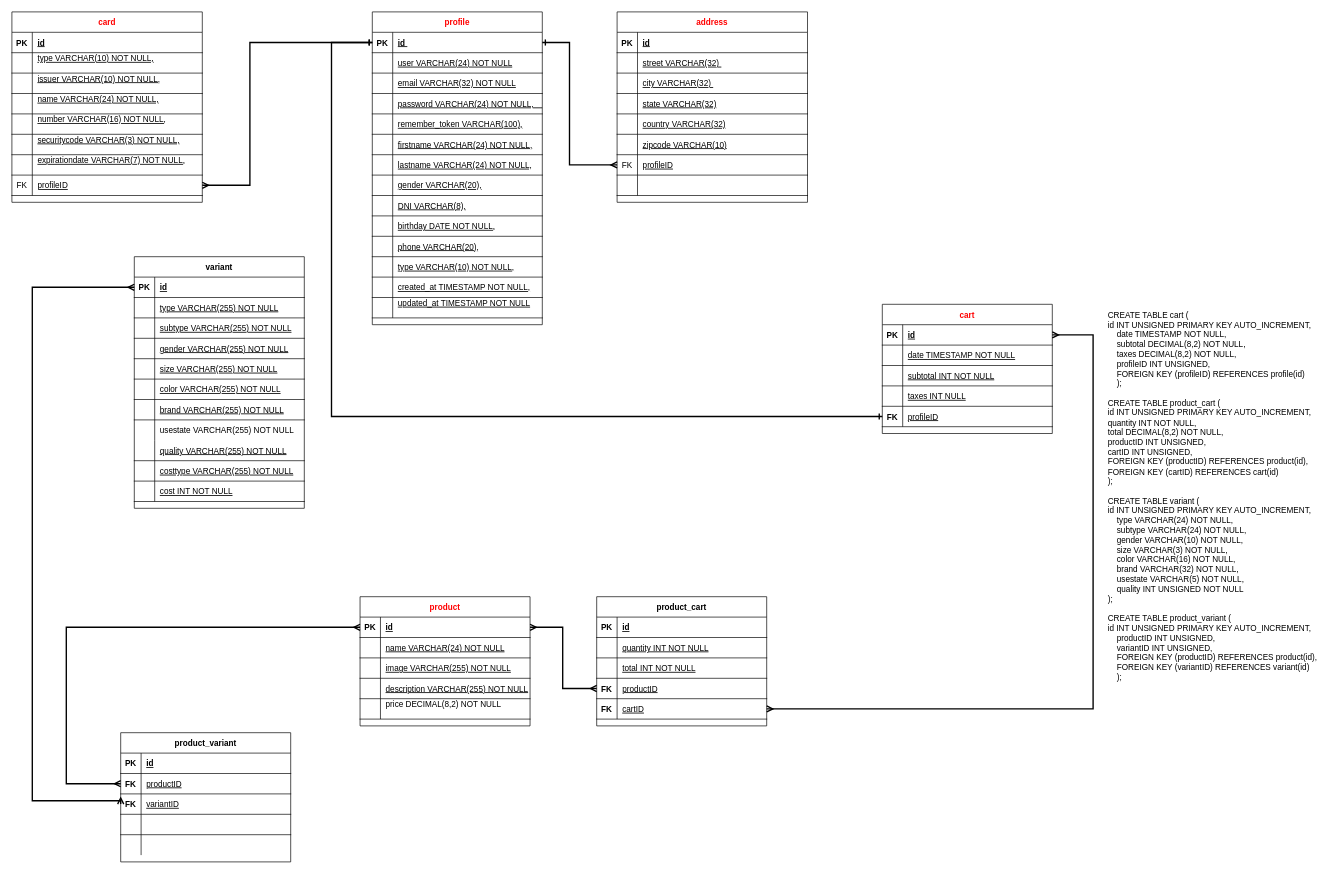
Above: Untitled Diagram.drawio in canetemauricio/equipo11 (draw.io), before the change. Source tidied: cells renumbered, new cells numbered last; positions are measured from the earlier drawing's top-left corner, leaving out a move shared by most shapes. Both pictures are drawn from the tidied source at 68%, with x=0, y=0 at pixel (12, 12).
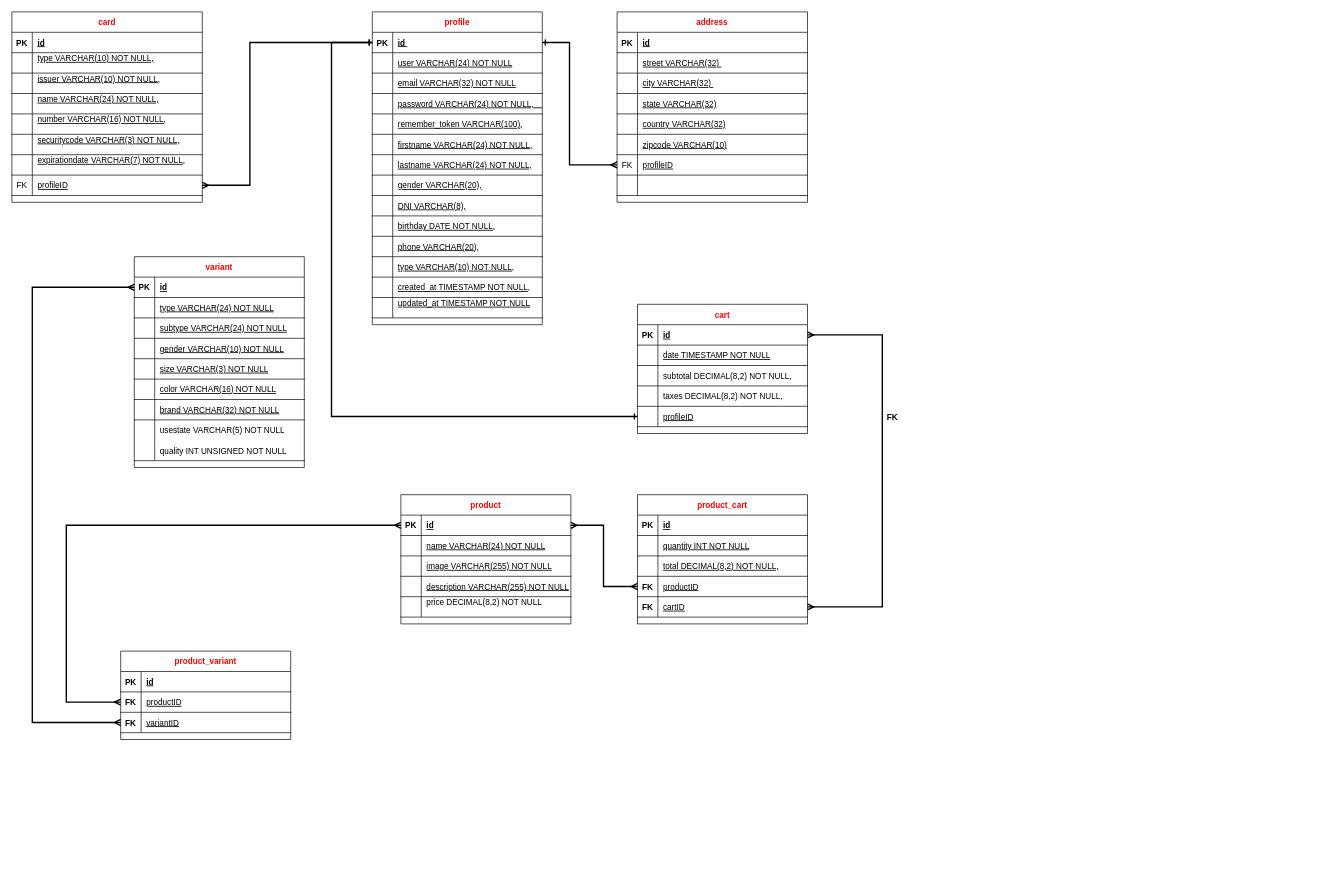
The same page after the edit.

Unchanged cells that the change refers to:
```xml
<mxCell id="46" style="shape=partialRectangle;fillColor=none;points=[[0,0.5],[1,0.5]];portConstraint=eastwest;top=0;left=0;right=0;bottom=1;" parent="45" vertex="1">
  <mxGeometry y="30" width="250" height="30" as="geometry" />
</mxCell>
<mxCell id="62" style="shape=partialRectangle;fillColor=none;points=[[0,0.5],[1,0.5]];portConstraint=eastwest;top=0;left=0;right=0;bottom=1;" parent="61" vertex="1">
  <mxGeometry y="30" width="250" height="30" as="geometry" />
</mxCell>
<mxCell id="68" style="shape=partialRectangle;fillColor=none;top=0;left=0;right=0;bottom=1;" parent="61" vertex="1">
  <mxGeometry y="90" width="250" height="30" as="geometry" />
</mxCell>
<mxCell id="71" style="shape=partialRectangle;fillColor=none;top=0;left=0;right=0;bottom=1;" parent="61" vertex="1">
  <mxGeometry y="120" width="250" height="30" as="geometry" />
</mxCell>
<mxCell id="134" style="shape=partialRectangle;fillColor=none;points=[[0,0.5],[1,0.5]];portConstraint=eastwest;top=0;left=0;right=0;bottom=1;" parent="130" vertex="1">
  <mxGeometry y="60" width="250" height="30" as="geometry" />
</mxCell>
<mxCell id="137" style="shape=partialRectangle;fillColor=none;points=[[0,0.5],[1,0.5]];portConstraint=eastwest;top=0;left=0;right=0;bottom=1;" parent="130" vertex="1">
  <mxGeometry y="90" width="250" height="30" as="geometry" />
</mxCell>
<mxCell id="148" style="shape=partialRectangle;fillColor=none;points=[[0,0.5],[1,0.5]];portConstraint=eastwest;top=0;left=0;right=0;bottom=1;" parent="147" vertex="1">
  <mxGeometry y="30" width="250" height="30" as="geometry" />
</mxCell>
<mxCell id="151" style="shape=partialRectangle;fillColor=none;top=0;left=0;right=0;bottom=1;" parent="147" vertex="1">
  <mxGeometry y="60" width="250" height="30" as="geometry" />
</mxCell>
<mxCell id="154" style="shape=partialRectangle;fillColor=none;top=0;left=0;right=0;bottom=1;" parent="147" vertex="1">
  <mxGeometry y="90" width="250" height="30" as="geometry" />
</mxCell>
<mxCell id="157" style="shape=partialRectangle;fillColor=none;top=0;left=0;right=0;bottom=1;" parent="147" vertex="1">
  <mxGeometry y="120" width="250" height="30" as="geometry" />
</mxCell>
<mxCell id="160" style="shape=partialRectangle;fillColor=none;top=0;left=0;right=0;bottom=1;" parent="147" vertex="1">
  <mxGeometry y="150" width="250" height="30" as="geometry" />
</mxCell>
<mxCell id="163" style="shape=partialRectangle;fillColor=none;top=0;left=0;right=0;bottom=1;" parent="147" vertex="1">
  <mxGeometry y="180" width="250" height="30" as="geometry" />
</mxCell>
<mxCell id="166" style="shape=partialRectangle;fillColor=none;top=0;left=0;right=0;bottom=1;" parent="147" vertex="1">
  <mxGeometry y="210" width="250" height="30" as="geometry" />
</mxCell>
<mxCell id="169" style="shape=partialRectangle;fillColor=none;top=0;left=0;right=0;bottom=0;" parent="147" vertex="1">
  <mxGeometry y="240" width="250" height="30" as="geometry" />
</mxCell>
<mxCell id="172" style="shape=partialRectangle;fillColor=none;top=0;left=0;right=0;bottom=1;fontStyle=0;" parent="147" vertex="1">
  <mxGeometry y="270" width="250" height="30" as="geometry" />
</mxCell>
<mxCell id="190" style="shape=partialRectangle;fillColor=none;top=0;left=0;right=0;bottom=1;" parent="183" vertex="1">
  <mxGeometry y="90" width="250" height="30" as="geometry" />
</mxCell>
<mxCell id="193" style="shape=partialRectangle;fillColor=none;points=[[0,0.5],[1,0.5]];portConstraint=eastwest;top=0;left=0;right=0;bottom=1;" parent="183" vertex="1">
  <mxGeometry y="120" width="250" height="30" as="geometry" />
</mxCell>
<mxCell id="196" style="shape=partialRectangle;fillColor=none;points=[[0,0.5],[1,0.5]];portConstraint=eastwest;top=0;left=0;right=0;bottom=1;" parent="183" vertex="1">
  <mxGeometry y="150" width="250" height="30" as="geometry" />
</mxCell>
```

What changed in the source:
```diff
@@
     <mxCell id="45" value="product" style="shape=table;startSize=30;childLayout=tableLayout;rowLines=0;fontStyle=1;align=center;labelBackgroundColor=#ffffff;fontColor=#FF0000;" parent="1" vertex="1">
-      <mxGeometry x="512" y="860" width="250" height="190" as="geometry" />
+      <mxGeometry x="572" y="710" width="250" height="190" as="geometry" />
     </mxCell>
@@
     <mxCell id="61" value="cart" style="shape=table;startSize=30;childLayout=tableLayout;rowLines=0;fontStyle=1;align=center;fontColor=#FF0000;" parent="1" vertex="1">
-      <mxGeometry x="1280" y="430" width="250" height="190" as="geometry" />
+      <mxGeometry x="920" y="430" width="250" height="190" as="geometry" />
     </mxCell>
@@
-    <mxCell id="70" value="subtotal INT NOT NULL" style="shape=partialRectangle;overflow=hidden;fillColor=none;top=0;left=0;bottom=0;right=0;align=left;spacingLeft=6;fontStyle=4;" parent="68" vertex="1">
+    <mxCell id="70" value="subtotal DECIMAL(8,2) NOT NULL," style="shape=partialRectangle;overflow=hidden;fillColor=none;top=0;left=0;bottom=0;right=0;align=left;spacingLeft=6;fontStyle=0;" parent="68" vertex="1">
       <mxGeometry x="30" width="220" height="30" as="geometry" />
     </mxCell>
@@
-    <mxCell id="73" value="taxes INT NULL" style="shape=partialRectangle;overflow=hidden;fillColor=none;top=0;left=0;bottom=0;right=0;align=left;spacingLeft=6;fontStyle=4;" parent="71" vertex="1">
+    <mxCell id="73" value="taxes DECIMAL(8,2) NOT NULL," style="shape=partialRectangle;overflow=hidden;fillColor=none;top=0;left=0;bottom=0;right=0;align=left;spacingLeft=6;fontStyle=0;" parent="71" vertex="1">
       <mxGeometry x="30" width="220" height="30" as="geometry" />
     </mxCell>
@@
-    <mxCell id="128" style="edgeStyle=orthogonalEdgeStyle;rounded=0;jettySize=auto;html=1;startArrow=ERmany;startFill=0;endArrow=ERmany;endFill=0;strokeWidth=2;exitX=0;exitY=0.5;exitDx=0;exitDy=0;" parent="1" edge="1" source="134" target="46">
+    <mxCell id="128" style="edgeStyle=orthogonalEdgeStyle;rounded=0;jettySize=auto;html=1;startArrow=ERmany;startFill=0;endArrow=ERmany;endFill=0;strokeWidth=2;exitX=0;exitY=0.5;exitDx=0;exitDy=0;entryX=0;entryY=0.5;entryDx=0;entryDy=0;" parent="1" edge="1" source="134" target="46">
       <mxGeometry relative="1" as="geometry">
         <Array as="points">
-          <mxPoint x="80" y="1135" />
-          <mxPoint x="80" y="905" />
+          <mxPoint x="80" y="1015" />
+          <mxPoint x="80" y="755" />
         </Array>
       </mxGeometry>
     </mxCell>
@@
-    <mxCell id="130" value="product_variant" style="shape=table;startSize=30;childLayout=tableLayout;rowLines=0;fontStyle=1;align=center;" parent="1" vertex="1">
-      <mxGeometry x="160" y="1060" width="250" height="190" as="geometry" />
+    <mxCell id="130" value="product_variant" style="shape=table;startSize=30;childLayout=tableLayout;rowLines=0;fontStyle=1;align=center;fontColor=#FF0000;" parent="1" vertex="1">
+      <mxGeometry x="160" y="940" width="250" height="130" as="geometry" />
     </mxCell>
@@
-    <mxCell id="140" style="shape=partialRectangle;fillColor=none;top=0;left=0;right=0;bottom=1;" parent="130" vertex="1">
-      <mxGeometry y="120" width="250" height="30" as="geometry" />
-    </mxCell>
-    <mxCell id="141" style="shape=partialRectangle;overflow=hidden;fillColor=none;top=0;left=0;bottom=0;right=0;fontStyle=1;" parent="140" vertex="1">
-      <mxGeometry width="30" height="30" as="geometry" />
-    </mxCell>
-    <mxCell id="142" style="shape=partialRectangle;overflow=hidden;fillColor=none;top=0;left=0;bottom=0;right=0;align=left;spacingLeft=6;fontStyle=5;" parent="140" vertex="1">
-      <mxGeometry x="30" width="220" height="30" as="geometry" />
-    </mxCell>
-    <mxCell id="143" style="shape=partialRectangle;fillColor=none;top=0;left=0;right=0;bottom=0;" parent="130" vertex="1">
-      <mxGeometry y="150" width="250" height="30" as="geometry" />
-    </mxCell>
-    <mxCell id="144" style="shape=partialRectangle;overflow=hidden;fillColor=none;top=0;left=0;bottom=0;right=0;" parent="143" vertex="1">
-      <mxGeometry width="30" height="30" as="geometry" />
-    </mxCell>
-    <mxCell id="145" style="shape=partialRectangle;overflow=hidden;fillColor=none;top=0;left=0;bottom=0;right=0;align=left;spacingLeft=6;" parent="143" vertex="1">
-      <mxGeometry x="30" width="220" height="30" as="geometry" />
-    </mxCell>
     <mxCell id="146" style="edgeStyle=orthogonalEdgeStyle;rounded=0;jettySize=auto;html=1;startArrow=ERmany;startFill=0;endArrow=ERmany;endFill=0;strokeWidth=2;exitX=0;exitY=0.5;exitDx=0;exitDy=0;entryX=0;entryY=0.5;entryDx=0;entryDy=0;" parent="1" edge="1" source="137" target="148">
       <mxGeometry relative="1" as="geometry">
         <Array as="points">
-          <mxPoint x="160" y="1160" />
-          <mxPoint x="30" y="1160" />
+          <mxPoint x="30" y="1045" />
           <mxPoint x="30" y="405" />
         </Array>
       </mxGeometry>
     </mxCell>
-    <mxCell id="147" value="variant" style="shape=table;startSize=30;childLayout=tableLayout;rowLines=0;fontStyle=1;align=center;" parent="1" vertex="1">
-      <mxGeometry x="180" y="360" width="250" height="370" as="geometry" />
+    <mxCell id="147" value="variant" style="shape=table;startSize=30;childLayout=tableLayout;rowLines=0;fontStyle=1;align=center;fontColor=#FF0000;" parent="1" vertex="1">
+      <mxGeometry x="180" y="360" width="250" height="310" as="geometry" />
     </mxCell>
@@
-    <mxCell id="153" value="type VARCHAR(255) NOT NULL" style="shape=partialRectangle;overflow=hidden;fillColor=none;top=0;left=0;bottom=0;right=0;align=left;spacingLeft=6;fontStyle=4;" parent="151" vertex="1">
+    <mxCell id="153" value="type VARCHAR(24) NOT NULL" style="shape=partialRectangle;overflow=hidden;fillColor=none;top=0;left=0;bottom=0;right=0;align=left;spacingLeft=6;fontStyle=4;" parent="151" vertex="1">
       <mxGeometry x="30" width="220" height="30" as="geometry" />
     </mxCell>
@@
-    <mxCell id="156" value="subtype VARCHAR(255) NOT NULL" style="shape=partialRectangle;overflow=hidden;fillColor=none;top=0;left=0;bottom=0;right=0;align=left;spacingLeft=6;fontStyle=4;" parent="154" vertex="1">
+    <mxCell id="156" value="subtype VARCHAR(24) NOT NULL" style="shape=partialRectangle;overflow=hidden;fillColor=none;top=0;left=0;bottom=0;right=0;align=left;spacingLeft=6;fontStyle=4;" parent="154" vertex="1">
       <mxGeometry x="30" width="220" height="30" as="geometry" />
     </mxCell>
@@
-    <mxCell id="159" value="gender VARCHAR(255) NOT NULL" style="shape=partialRectangle;overflow=hidden;fillColor=none;top=0;left=0;bottom=0;right=0;align=left;spacingLeft=6;fontStyle=4;" parent="157" vertex="1">
+    <mxCell id="159" value="gender VARCHAR(10) NOT NULL" style="shape=partialRectangle;overflow=hidden;fillColor=none;top=0;left=0;bottom=0;right=0;align=left;spacingLeft=6;fontStyle=4;" parent="157" vertex="1">
       <mxGeometry x="30" width="220" height="30" as="geometry" />
     </mxCell>
@@
-    <mxCell id="162" value="size VARCHAR(255) NOT NULL" style="shape=partialRectangle;overflow=hidden;fillColor=none;top=0;left=0;bottom=0;right=0;align=left;spacingLeft=6;fontStyle=4;" parent="160" vertex="1">
+    <mxCell id="162" value="size VARCHAR(3) NOT NULL" style="shape=partialRectangle;overflow=hidden;fillColor=none;top=0;left=0;bottom=0;right=0;align=left;spacingLeft=6;fontStyle=4;" parent="160" vertex="1">
       <mxGeometry x="30" width="220" height="30" as="geometry" />
     </mxCell>
@@
-    <mxCell id="165" value="color VARCHAR(255) NOT NULL" style="shape=partialRectangle;overflow=hidden;fillColor=none;top=0;left=0;bottom=0;right=0;align=left;spacingLeft=6;fontStyle=4;" parent="163" vertex="1">
+    <mxCell id="165" value="color VARCHAR(16) NOT NULL" style="shape=partialRectangle;overflow=hidden;fillColor=none;top=0;left=0;bottom=0;right=0;align=left;spacingLeft=6;fontStyle=4;" parent="163" vertex="1">
       <mxGeometry x="30" width="220" height="30" as="geometry" />
     </mxCell>
@@
-    <mxCell id="168" value="brand VARCHAR(255) NOT NULL" style="shape=partialRectangle;overflow=hidden;fillColor=none;top=0;left=0;bottom=0;right=0;align=left;spacingLeft=6;fontStyle=4;" parent="166" vertex="1">
+    <mxCell id="168" value="brand VARCHAR(32) NOT NULL" style="shape=partialRectangle;overflow=hidden;fillColor=none;top=0;left=0;bottom=0;right=0;align=left;spacingLeft=6;fontStyle=4;" parent="166" vertex="1">
       <mxGeometry x="30" width="220" height="30" as="geometry" />
     </mxCell>
@@
-    <mxCell id="171" value="usestate VARCHAR(255) NOT NULL" style="shape=partialRectangle;overflow=hidden;fillColor=none;top=0;left=0;bottom=0;right=0;align=left;spacingLeft=6;" parent="169" vertex="1">
+    <mxCell id="171" value="usestate VARCHAR(5) NOT NULL" style="shape=partialRectangle;overflow=hidden;fillColor=none;top=0;left=0;bottom=0;right=0;align=left;spacingLeft=6;" parent="169" vertex="1">
       <mxGeometry x="30" width="220" height="30" as="geometry" />
     </mxCell>
@@
-    <mxCell id="174" value="quality VARCHAR(255) NOT NULL" style="shape=partialRectangle;overflow=hidden;fillColor=none;top=0;left=0;bottom=0;right=0;align=left;spacingLeft=6;fontStyle=4;" parent="172" vertex="1">
+    <mxCell id="174" value="quality INT UNSIGNED NOT NULL" style="shape=partialRectangle;overflow=hidden;fillColor=none;top=0;left=0;bottom=0;right=0;align=left;spacingLeft=6;fontStyle=0;" parent="172" vertex="1">
       <mxGeometry x="30" width="220" height="30" as="geometry" />
     </mxCell>
-    <mxCell id="175" style="shape=partialRectangle;fillColor=none;top=0;left=0;right=0;bottom=1;" parent="147" vertex="1">
-      <mxGeometry y="300" width="250" height="30" as="geometry" />
-    </mxCell>
-    <mxCell id="176" style="shape=partialRectangle;overflow=hidden;fillColor=none;top=0;left=0;bottom=0;right=0;fontStyle=1;" parent="175" vertex="1">
-      <mxGeometry width="30" height="30" as="geometry" />
-    </mxCell>
-    <mxCell id="177" value="costtype VARCHAR(255) NOT NULL" style="shape=partialRectangle;overflow=hidden;fillColor=none;top=0;left=0;bottom=0;right=0;align=left;spacingLeft=6;fontStyle=4;" parent="175" vertex="1">
-      <mxGeometry x="30" width="220" height="30" as="geometry" />
-    </mxCell>
-    <mxCell id="178" style="shape=partialRectangle;fillColor=none;top=0;left=0;right=0;bottom=1;fontStyle=0;" parent="147" vertex="1">
-      <mxGeometry y="330" width="250" height="30" as="geometry" />
-    </mxCell>
-    <mxCell id="179" style="shape=partialRectangle;overflow=hidden;fillColor=none;top=0;left=0;bottom=0;right=0;fontStyle=0;" parent="178" vertex="1">
-      <mxGeometry width="30" height="30" as="geometry" />
-    </mxCell>
-    <mxCell id="180" value="cost INT NOT NULL" style="shape=partialRectangle;overflow=hidden;fillColor=none;top=0;left=0;bottom=0;right=0;align=left;spacingLeft=6;fontStyle=4;" parent="178" vertex="1">
-      <mxGeometry x="30" width="220" height="30" as="geometry" />
-    </mxCell>
@@
-    <mxCell id="183" value="product_cart" style="shape=table;startSize=30;childLayout=tableLayout;rowLines=0;fontStyle=1;align=center;" parent="1" vertex="1">
-      <mxGeometry x="860" y="860" width="250" height="190" as="geometry" />
+    <mxCell id="183" value="product_cart" style="shape=table;startSize=30;childLayout=tableLayout;rowLines=0;fontStyle=1;align=center;fontColor=#FF0000;" parent="1" vertex="1">
+      <mxGeometry x="920" y="710" width="250" height="190" as="geometry" />
     </mxCell>
@@
-    <mxCell id="192" value="total INT NOT NULL" style="shape=partialRectangle;overflow=hidden;fillColor=none;top=0;left=0;bottom=0;right=0;align=left;spacingLeft=6;fontStyle=4;" parent="190" vertex="1">
+    <mxCell id="192" value="total DECIMAL(8,2) NOT NULL," style="shape=partialRectangle;overflow=hidden;fillColor=none;top=0;left=0;bottom=0;right=0;align=left;spacingLeft=6;fontStyle=4;" parent="190" vertex="1">
       <mxGeometry x="30" width="220" height="30" as="geometry" />
     </mxCell>
@@
     <mxCell id="199" style="edgeStyle=orthogonalEdgeStyle;rounded=0;jettySize=auto;html=1;startArrow=ERmany;startFill=0;endArrow=ERmany;endFill=0;strokeWidth=2;exitX=0;exitY=0.5;exitDx=0;exitDy=0;entryX=1;entryY=0.5;entryDx=0;entryDy=0;" parent="1" edge="1" source="193" target="46">
       <mxGeometry relative="1" as="geometry">
         <Array as="points">
-          <mxPoint x="810" y="995" />
-          <mxPoint x="810" y="905" />
+          <mxPoint x="870" y="845" />
+          <mxPoint x="870" y="755" />
         </Array>
       </mxGeometry>
     </mxCell>
     <mxCell id="200" style="edgeStyle=orthogonalEdgeStyle;rounded=0;jettySize=auto;html=1;startArrow=ERmany;startFill=0;endArrow=ERmany;endFill=0;strokeWidth=2;entryX=1;entryY=0.5;entryDx=0;entryDy=0;exitX=1;exitY=0.5;exitDx=0;exitDy=0;" parent="1" edge="1" source="62" target="196">
       <mxGeometry relative="1" as="geometry">
         <Array as="points">
-          <mxPoint x="1590" y="475" />
-          <mxPoint x="1590" y="1025" />
+          <mxPoint x="1280" y="475" />
+          <mxPoint x="1280" y="875" />
         </Array>
       </mxGeometry>
     </mxCell>
-    <mxCell id="201" value="&lt;span&gt;&amp;nbsp; &amp;nbsp;&amp;nbsp;&lt;/span&gt;&lt;br&gt;&lt;div&gt;CREATE TABLE cart (&lt;/div&gt;&lt;div&gt;&lt;span&gt; &lt;/span&gt;id INT UNSIGNED PRIMARY KEY AUTO_INCREMENT,&lt;/div&gt;&lt;div&gt;&amp;nbsp; &amp;nbsp; date TIMESTAMP NOT NULL,&lt;/div&gt;&lt;div&gt;&amp;nbsp; &amp;nbsp; subtotal DECIMAL(8,2) NOT NULL,&lt;/div&gt;&lt;div&gt;&amp;nbsp; &amp;nbsp; taxes DECIMAL(8,2) NOT NULL,&lt;/div&gt;&lt;div&gt;&amp;nbsp; &amp;nbsp; profileID INT UNSIGNED,&lt;/div&gt;&lt;div&gt;&amp;nbsp; &amp;nbsp; FOREIGN KEY (profileID) REFERENCES profile(id)&lt;/div&gt;&lt;div&gt;&amp;nbsp; &amp;nbsp; );&lt;/div&gt;&lt;div&gt;&amp;nbsp; &amp;nbsp;&amp;nbsp;&lt;/div&gt;&lt;div&gt;CREATE TABLE product_cart (&lt;/div&gt;&lt;div&gt;&lt;span&gt; &lt;/span&gt;id INT UNSIGNED PRIMARY KEY AUTO_INCREMENT,&lt;/div&gt;&lt;div&gt;&lt;span&gt; &lt;/span&gt;quantity INT NOT NULL,&lt;/div&gt;&lt;div&gt;&lt;span&gt; &lt;/span&gt;total DECIMAL(8,2) NOT NULL,&lt;/div&gt;&lt;div&gt;&lt;span&gt; &lt;/span&gt;productID INT UNSIGNED,&lt;/div&gt;&lt;div&gt;&lt;span&gt; &lt;/span&gt;cartID INT UNSIGNED,&lt;/div&gt;&lt;div&gt;&lt;span&gt; &lt;/span&gt;FOREIGN KEY (productID) REFERENCES product(id),&lt;/div&gt;&lt;div&gt;&lt;span&gt; &lt;/span&gt;FOREIGN KEY (cartID) REFERENCES cart(id)&lt;/div&gt;&lt;div&gt;&lt;span&gt; &lt;/span&gt;);&lt;/div&gt;&lt;div&gt;&lt;br&gt;&lt;/div&gt;&lt;div&gt;CREATE TABLE variant (&lt;/div&gt;&lt;div&gt;&lt;span&gt; &lt;/span&gt;id INT UNSIGNED PRIMARY KEY AUTO_INCREMENT,&lt;/div&gt;&lt;div&gt;&amp;nbsp; &amp;nbsp; type VARCHAR(24) NOT NULL,&lt;/div&gt;&lt;div&gt;&amp;nbsp; &amp;nbsp; subtype VARCHAR(24) NOT NULL,&lt;/div&gt;&lt;div&gt;&amp;nbsp; &amp;nbsp; gender VARCHAR(10) NOT NULL,&lt;/div&gt;&lt;div&gt;&amp;nbsp; &amp;nbsp; size VARCHAR(3) NOT NULL,&lt;/div&gt;&lt;div&gt;&amp;nbsp; &amp;nbsp; color VARCHAR(16) NOT NULL,&lt;/div&gt;&lt;div&gt;&amp;nbsp; &amp;nbsp; brand VARCHAR(32) NOT NULL,&lt;/div&gt;&lt;div&gt;&amp;nbsp; &amp;nbsp; usestate VARCHAR(5) NOT NULL,&lt;/div&gt;&lt;div&gt;&amp;nbsp; &amp;nbsp; quality INT UNSIGNED NOT NULL&lt;/div&gt;&lt;div&gt;&lt;span&gt; &lt;/span&gt;);&lt;/div&gt;&lt;div&gt;&lt;br&gt;&lt;/div&gt;&lt;div&gt;CREATE TABLE product_variant (&lt;/div&gt;&lt;div&gt;&lt;span&gt; &lt;/span&gt;id INT UNSIGNED PRIMARY KEY AUTO_INCREMENT,&lt;/div&gt;&lt;div&gt;&amp;nbsp; &amp;nbsp; productID INT UNSIGNED,&lt;/div&gt;&lt;div&gt;&amp;nbsp; &amp;nbsp; variantID INT UNSIGNED,&lt;/div&gt;&lt;div&gt;&amp;nbsp; &amp;nbsp; FOREIGN KEY (productID) REFERENCES product(id),&lt;/div&gt;&lt;div&gt;&amp;nbsp; &amp;nbsp; FOREIGN KEY (variantID) REFERENCES variant(id)&lt;/div&gt;&lt;div&gt;&amp;nbsp; &amp;nbsp; );&amp;nbsp; &amp;nbsp;&amp;nbsp;&lt;/div&gt;" style="text;html=1;align=left;verticalAlign=middle;fillColor=none;strokeColor=none;rounded=0;" parent="1" vertex="1">
-      <mxGeometry x="1610" y="430" width="320" height="550" as="geometry" />
-    </mxCell>
```
